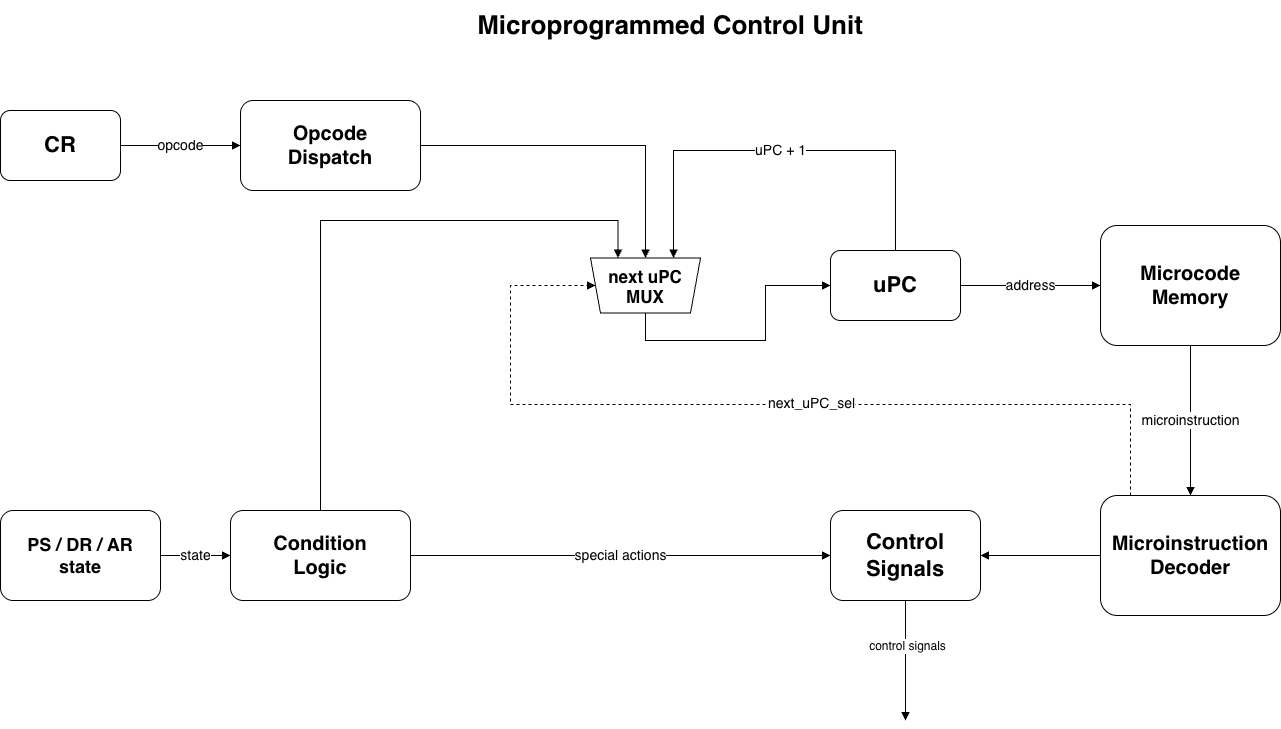
Dmitry-Kuzmin456/ak_lab4 keeps this draw.io diagram as docs/scheme_cu.png. Above is the earlier version. Source tidied: cells renumbered, new cells last; positions are measured from the earlier drawing's top-left corner, leaving out a move shared by most shapes. The source it was exported from:
```xml
<mxGraphModel>
  <root>
    <mxCell id="0" />
    <mxCell id="1" parent="0" />
    <mxCell id="2" value="Microprogrammed Control Unit" style="text;html=1;strokeColor=none;fillColor=none;align=center;verticalAlign=middle;whiteSpace=wrap;rounded=0;fontSize=26;fontStyle=1;" parent="1" vertex="1">
      <mxGeometry x="410" width="520" height="50" as="geometry" />
    </mxCell>
    <mxCell id="3" value="CR" style="rounded=1;arcSize=14;whiteSpace=wrap;html=1;fillColor=#ffffff;strokeColor=#000000;fontSize=22;fontStyle=1;" parent="1" vertex="1">
      <mxGeometry y="110" width="120" height="70" as="geometry" />
    </mxCell>
    <mxCell id="4" value="Opcode&lt;br&gt;Dispatch" style="rounded=1;arcSize=14;whiteSpace=wrap;html=1;fillColor=#ffffff;strokeColor=#000000;fontSize=20;fontStyle=1;" parent="1" vertex="1">
      <mxGeometry x="240" y="100" width="180" height="90" as="geometry" />
    </mxCell>
    <mxCell id="5" value="uPC" style="rounded=1;arcSize=14;whiteSpace=wrap;html=1;fillColor=#ffffff;strokeColor=#000000;fontSize=22;fontStyle=1;" parent="1" vertex="1">
      <mxGeometry x="830" y="250" width="130" height="70" as="geometry" />
    </mxCell>
    <mxCell id="6" value="Microcode&lt;br&gt;Memory" style="rounded=1;arcSize=14;whiteSpace=wrap;html=1;fillColor=#ffffff;strokeColor=#000000;fontSize=20;fontStyle=1;" parent="1" vertex="1">
      <mxGeometry x="1100" y="225" width="180" height="120" as="geometry" />
    </mxCell>
    <mxCell id="7" value="Microinstruction&lt;br&gt;Decoder" style="rounded=1;arcSize=14;whiteSpace=wrap;html=1;fillColor=#ffffff;strokeColor=#000000;fontSize=20;fontStyle=1;" parent="1" vertex="1">
      <mxGeometry x="1100" y="495" width="180" height="120" as="geometry" />
    </mxCell>
    <mxCell id="8" value="Control&lt;br&gt;Signals" style="rounded=1;arcSize=14;whiteSpace=wrap;html=1;fillColor=#ffffff;strokeColor=#000000;fontSize=22;fontStyle=1;" parent="1" vertex="1">
      <mxGeometry x="830" y="510" width="150" height="90" as="geometry" />
    </mxCell>
    <mxCell id="9" value="PS / DR / AR&lt;br&gt;state" style="rounded=1;arcSize=14;whiteSpace=wrap;html=1;fillColor=#ffffff;strokeColor=#000000;fontSize=18;fontStyle=1;" parent="1" vertex="1">
      <mxGeometry y="510" width="160" height="90" as="geometry" />
    </mxCell>
    <mxCell id="10" value="Condition&lt;br&gt;Logic" style="rounded=1;arcSize=14;whiteSpace=wrap;html=1;fillColor=#ffffff;strokeColor=#000000;fontSize=20;fontStyle=1;" parent="1" vertex="1">
      <mxGeometry x="230" y="510" width="180" height="90" as="geometry" />
    </mxCell>
    <mxCell id="11" value="opcode" style="edgeStyle=orthogonalEdgeStyle;rounded=0;html=1;endArrow=block;endFill=1;fontSize=14;" parent="1" edge="1" source="3" target="4">
      <mxGeometry relative="1" as="geometry" />
    </mxCell>
    <mxCell id="12" style="edgeStyle=orthogonalEdgeStyle;rounded=0;html=1;endArrow=block;endFill=1;fontSize=14;entryX=0.5;entryY=1;entryDx=0;entryDy=0;" parent="1" edge="1" source="4" target="23">
      <mxGeometry relative="1" as="geometry">
        <Array as="points">
          <mxPoint x="645" y="145" />
        </Array>
      </mxGeometry>
    </mxCell>
    <mxCell id="13" style="edgeStyle=orthogonalEdgeStyle;rounded=0;html=1;endArrow=block;endFill=1;exitX=0.5;exitY=0;exitDx=0;exitDy=0;" parent="1" edge="1" source="23" target="5">
      <mxGeometry relative="1" as="geometry">
        <Array as="points">
          <mxPoint x="645" y="340" />
          <mxPoint x="765" y="340" />
          <mxPoint x="765" y="285" />
        </Array>
      </mxGeometry>
    </mxCell>
    <mxCell id="14" value="address" style="edgeStyle=orthogonalEdgeStyle;rounded=0;html=1;endArrow=block;endFill=1;fontSize=14;" parent="1" edge="1" source="5" target="6">
      <mxGeometry relative="1" as="geometry" />
    </mxCell>
    <mxCell id="15" value="microinstruction" style="edgeStyle=orthogonalEdgeStyle;rounded=0;html=1;endArrow=block;endFill=1;fontSize=14;" parent="1" edge="1" source="6" target="7">
      <mxGeometry relative="1" as="geometry">
        <Array as="points">
          <mxPoint x="1190" y="415" />
        </Array>
      </mxGeometry>
    </mxCell>
    <mxCell id="16" style="edgeStyle=orthogonalEdgeStyle;rounded=0;html=1;endArrow=block;endFill=1;" parent="1" edge="1" source="7" target="8">
      <mxGeometry relative="1" as="geometry" />
    </mxCell>
    <mxCell id="17" style="edgeStyle=orthogonalEdgeStyle;rounded=0;html=1;endArrow=block;endFill=1;" parent="1" edge="1" source="8">
      <mxGeometry relative="1" as="geometry">
        <mxPoint x="905" y="720" as="targetPoint" />
      </mxGeometry>
    </mxCell>
    <mxCell id="18" value="control signals" style="edgeLabel;html=1;align=center;verticalAlign=middle;fontSize=12;" parent="17" vertex="1">
      <mxGeometry x="-0.26" y="1" relative="1" as="geometry" />
    </mxCell>
    <mxCell id="19" value="state" style="edgeStyle=orthogonalEdgeStyle;rounded=0;html=1;endArrow=block;endFill=1;fontSize=14;" parent="1" edge="1" source="9" target="10">
      <mxGeometry relative="1" as="geometry" />
    </mxCell>
    <mxCell id="20" style="edgeStyle=orthogonalEdgeStyle;rounded=0;html=1;endArrow=block;endFill=1;fontSize=14;entryX=0.75;entryY=1;entryDx=0;entryDy=0;exitX=0.5;exitY=0;exitDx=0;exitDy=0;" parent="1" edge="1" source="10" target="23">
      <mxGeometry relative="1" as="geometry">
        <Array as="points">
          <mxPoint x="320" y="220" />
          <mxPoint x="618" y="220" />
        </Array>
      </mxGeometry>
    </mxCell>
    <mxCell id="21" value="special actions" style="edgeStyle=orthogonalEdgeStyle;rounded=0;html=1;endArrow=block;endFill=1;fontSize=14;jumpStyle=arc;exitX=1;exitY=0.5;exitDx=0;exitDy=0;" parent="1" edge="1" source="10" target="8">
      <mxGeometry relative="1" as="geometry">
        <Array as="points">
          <mxPoint x="520" y="555" />
          <mxPoint x="520" y="555" />
        </Array>
      </mxGeometry>
    </mxCell>
    <mxCell id="22" value="uPC + 1" style="edgeStyle=orthogonalEdgeStyle;rounded=0;html=1;endArrow=block;endFill=1;fontSize=14;entryX=0.25;entryY=1;entryDx=0;entryDy=0;" parent="1" edge="1" source="5" target="23">
      <mxGeometry relative="1" as="geometry">
        <Array as="points">
          <mxPoint x="895" y="150" />
          <mxPoint x="673" y="150" />
          <mxPoint x="673" y="258" />
        </Array>
      </mxGeometry>
    </mxCell>
    <mxCell id="23" value="next uPC&#10;MUX" style="shape=trapezoid;perimeter=trapezoidPerimeter;fixedSize=1;size=10;direction=west;strokeWidth=1;fontSize=17;fontStyle=1;" parent="1" vertex="1">
      <mxGeometry x="590" y="257.5" width="110" height="55" as="geometry" />
    </mxCell>
    <mxCell id="24" style="edgeStyle=orthogonalEdgeStyle;rounded=0;html=1;endArrow=block;endFill=1;entryX=1;entryY=0.5;entryDx=0;entryDy=0;dashed=1;" parent="1" edge="1" target="23">
      <mxGeometry relative="1" as="geometry">
        <mxPoint x="1130" y="495" as="sourcePoint" />
        <Array as="points">
          <mxPoint x="1130" y="495" />
          <mxPoint x="1130" y="404" />
          <mxPoint x="510" y="404" />
          <mxPoint x="510" y="285" />
        </Array>
      </mxGeometry>
    </mxCell>
    <mxCell id="25" value="&lt;font style=&quot;font-size: 14px;&quot;&gt;next_uPC_sel&lt;/font&gt;" style="edgeLabel;html=1;align=center;verticalAlign=middle;fontSize=12;" parent="24" vertex="1">
      <mxGeometry x="-0.1" y="-2" relative="1" as="geometry">
        <mxPoint x="1" as="offset" />
      </mxGeometry>
    </mxCell>
  </root>
</mxGraphModel>
```
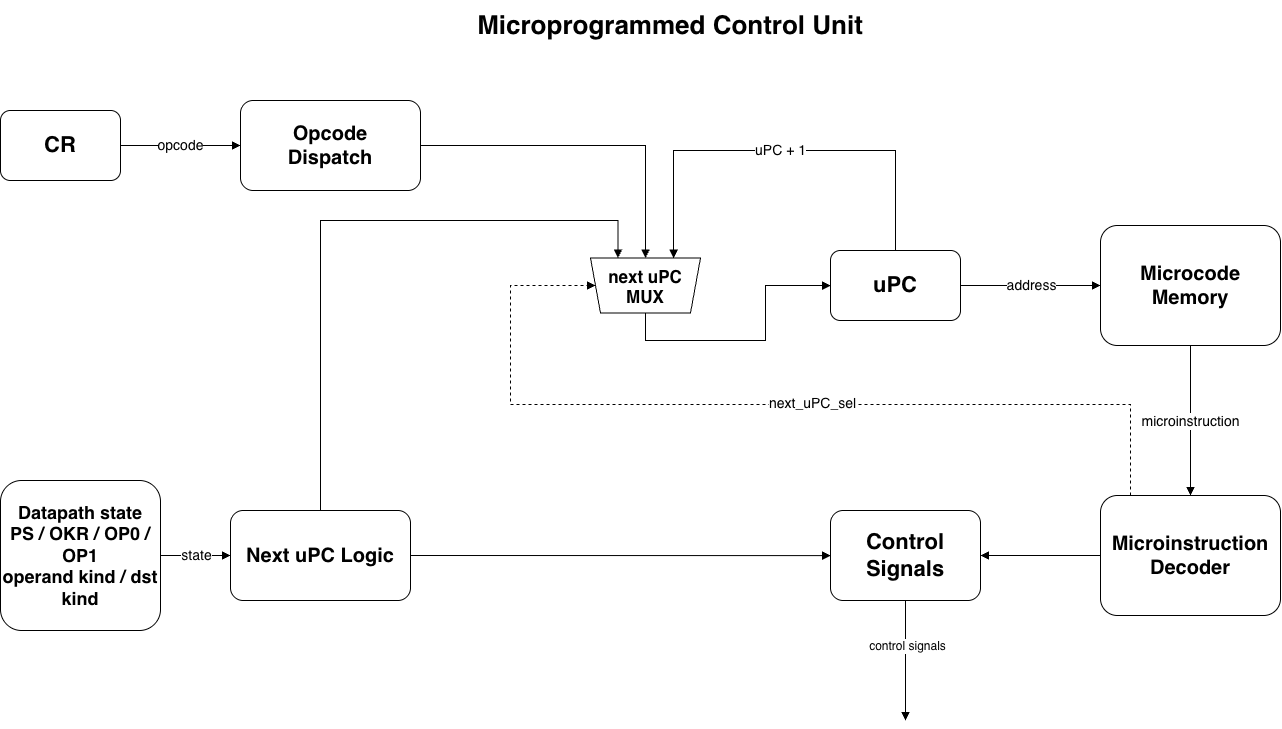
The same file after the commit.

Diff of the diagram source:
```diff
@@ -23,10 +23,10 @@
     <mxCell id="8" value="Control&lt;br&gt;Signals" style="rounded=1;arcSize=14;whiteSpace=wrap;html=1;fillColor=#ffffff;strokeColor=#000000;fontSize=22;fontStyle=1;" parent="1" vertex="1">
       <mxGeometry x="830" y="510" width="150" height="90" as="geometry" />
     </mxCell>
-    <mxCell id="9" value="PS / DR / AR&lt;br&gt;state" style="rounded=1;arcSize=14;whiteSpace=wrap;html=1;fillColor=#ffffff;strokeColor=#000000;fontSize=18;fontStyle=1;" parent="1" vertex="1">
-      <mxGeometry y="510" width="160" height="90" as="geometry" />
+    <mxCell id="9" value="&lt;div&gt;Datapath state&lt;/div&gt;&lt;div&gt;PS / OKR / OP0 / OP1&lt;/div&gt;&lt;div&gt;operand kind / dst kind&lt;/div&gt;" style="rounded=1;arcSize=14;whiteSpace=wrap;html=1;fillColor=#ffffff;strokeColor=#000000;fontSize=18;fontStyle=1;" parent="1" vertex="1">
+      <mxGeometry y="480" width="160" height="150" as="geometry" />
     </mxCell>
-    <mxCell id="10" value="Condition&lt;br&gt;Logic" style="rounded=1;arcSize=14;whiteSpace=wrap;html=1;fillColor=#ffffff;strokeColor=#000000;fontSize=20;fontStyle=1;" parent="1" vertex="1">
+    <mxCell id="10" value="&lt;div&gt;Next uPC Logic&lt;/div&gt;" style="rounded=1;arcSize=14;whiteSpace=wrap;html=1;fillColor=#ffffff;strokeColor=#000000;fontSize=20;fontStyle=1;" parent="1" vertex="1">
       <mxGeometry x="230" y="510" width="180" height="90" as="geometry" />
     </mxCell>
     <mxCell id="11" value="opcode" style="edgeStyle=orthogonalEdgeStyle;rounded=0;html=1;endArrow=block;endFill=1;fontSize=14;" parent="1" edge="1" source="3" target="4">
@@ -80,7 +80,7 @@
         </Array>
       </mxGeometry>
     </mxCell>
-    <mxCell id="21" value="special actions" style="edgeStyle=orthogonalEdgeStyle;rounded=0;html=1;endArrow=block;endFill=1;fontSize=14;jumpStyle=arc;exitX=1;exitY=0.5;exitDx=0;exitDy=0;" parent="1" edge="1" source="10" target="8">
+    <mxCell id="21" style="edgeStyle=orthogonalEdgeStyle;rounded=0;html=1;endArrow=block;endFill=1;fontSize=14;jumpStyle=arc;exitX=1;exitY=0.5;exitDx=0;exitDy=0;" parent="1" edge="1" source="10" target="8">
       <mxGeometry relative="1" as="geometry">
         <Array as="points">
           <mxPoint x="520" y="555" />
```
